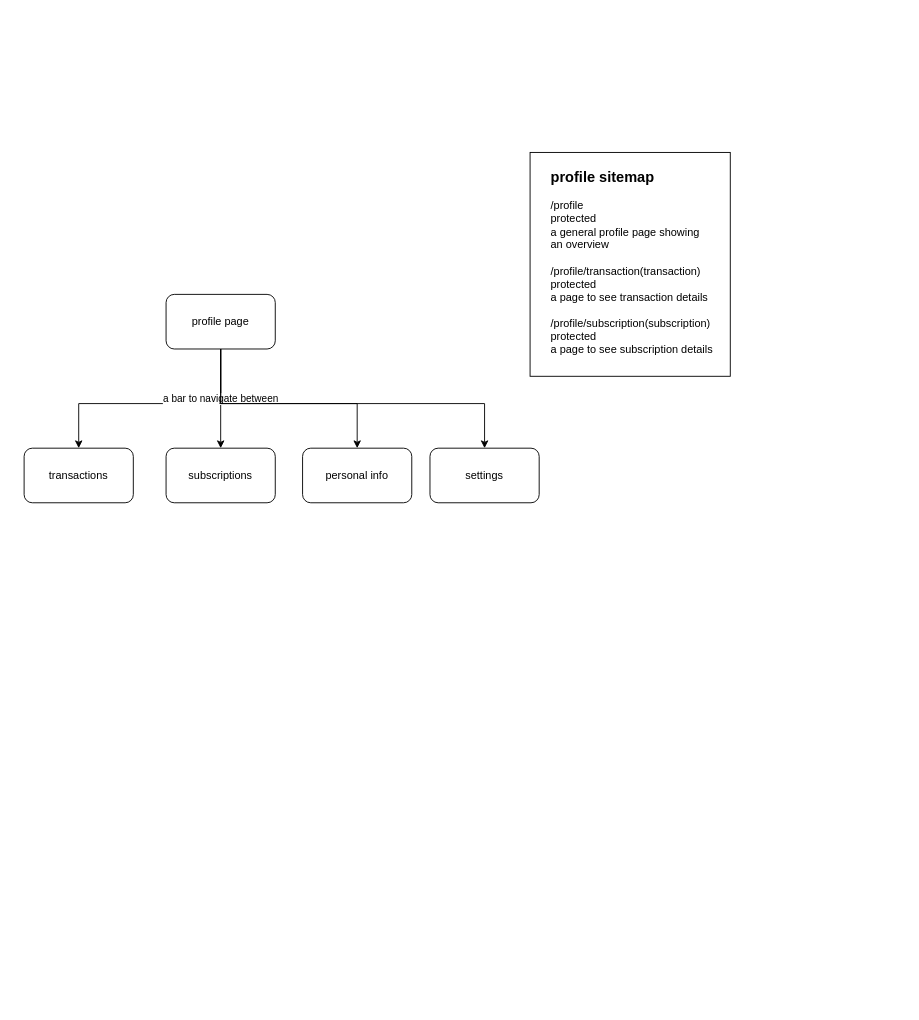
Earlier version of the draw.io diagram page "profile" (4 of 5) of pamylka - general.drawio (ahmed-elbehairy7/pamylka-system-design). Source tidied: cells renumbered, new cells numbered last; positions are measured from the earlier drawing's top-left corner, leaving out a move shared by most shapes. Both pictures are drawn from the tidied source at 91%, with x=0, y=0 at pixel (24, 152).
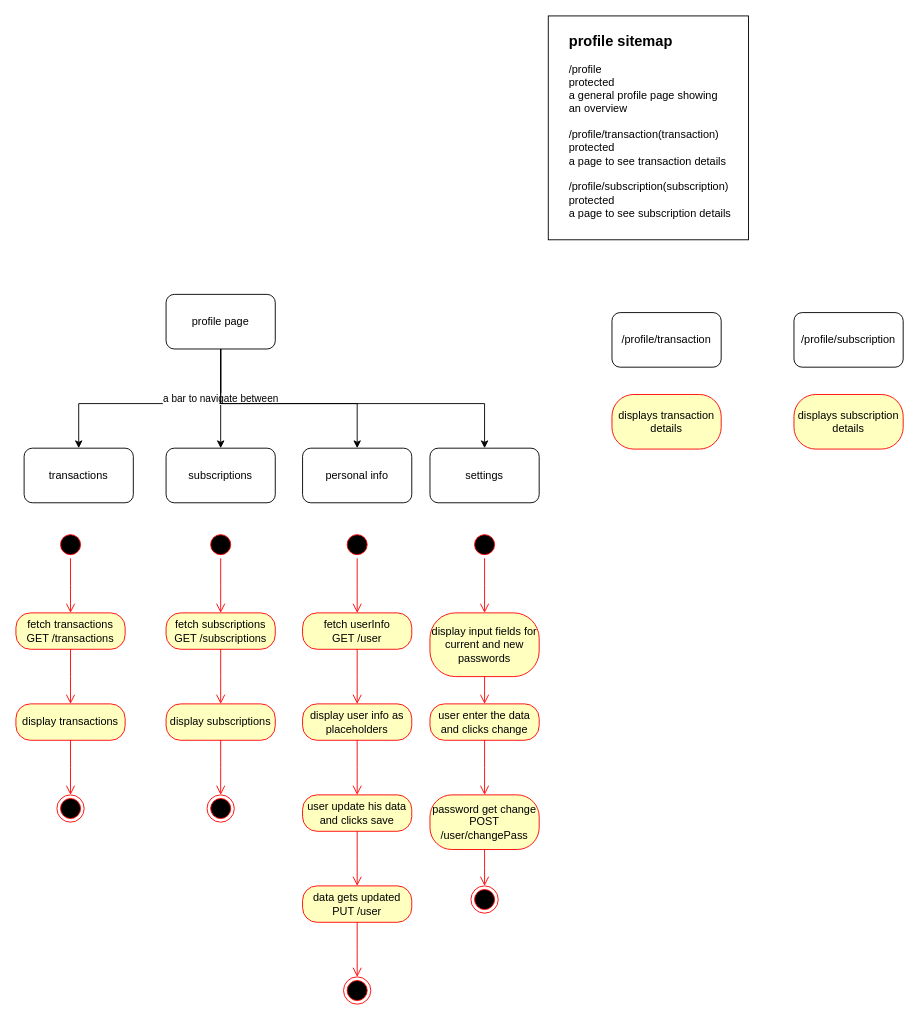
Above is the later version.

Commit message (it also covers changes not shown here):
done profile sitemap

Change to the diagram source:
```diff
@@
     <mxCell id="2" style="group;" parent="1" vertex="1">
-      <mxGeometry x="566" y="36" width="211" height="210" as="geometry" />
+      <mxGeometry x="586" y="-114" width="211" height="210" as="geometry" />
     </mxCell>
@@
+    <mxCell id="14" style="ellipse;html=1;shape=startState;fillColor=#000000;strokeColor=#ff0000;" parent="1" vertex="1">
+      <mxGeometry x="36" y="416" width="30" height="30" as="geometry" />
+    </mxCell>
+    <mxCell id="15" style="edgeStyle=orthogonalEdgeStyle;html=1;verticalAlign=bottom;endArrow=open;endSize=8;strokeColor=#ff0000;rounded=0;" parent="1" edge="1" source="14">
+      <mxGeometry relative="1" as="geometry">
+        <mxPoint x="51" y="506" as="targetPoint" />
+      </mxGeometry>
+    </mxCell>
+    <mxCell id="16" value="fetch transactions&lt;div&gt;GET /transactions&lt;/div&gt;" style="rounded=1;whiteSpace=wrap;html=1;arcSize=40;fontColor=#000000;fillColor=#ffffc0;strokeColor=#ff0000;" parent="1" vertex="1">
+      <mxGeometry x="-9" y="506" width="120" height="40" as="geometry" />
+    </mxCell>
+    <mxCell id="17" style="edgeStyle=orthogonalEdgeStyle;html=1;verticalAlign=bottom;endArrow=open;endSize=8;strokeColor=#ff0000;rounded=0;" parent="1" edge="1" source="16">
+      <mxGeometry relative="1" as="geometry">
+        <mxPoint x="51" y="606" as="targetPoint" />
+      </mxGeometry>
+    </mxCell>
+    <mxCell id="18" value="display transactions" style="rounded=1;whiteSpace=wrap;html=1;arcSize=40;fontColor=#000000;fillColor=#ffffc0;strokeColor=#ff0000;" parent="1" vertex="1">
+      <mxGeometry x="-9" y="606" width="120" height="40" as="geometry" />
+    </mxCell>
+    <mxCell id="19" style="edgeStyle=orthogonalEdgeStyle;html=1;verticalAlign=bottom;endArrow=open;endSize=8;strokeColor=#ff0000;rounded=0;" parent="1" edge="1" source="18">
+      <mxGeometry relative="1" as="geometry">
+        <mxPoint x="51" y="706" as="targetPoint" />
+      </mxGeometry>
+    </mxCell>
+    <mxCell id="20" style="ellipse;html=1;shape=endState;fillColor=#000000;strokeColor=#ff0000;" parent="1" vertex="1">
+      <mxGeometry x="36" y="706" width="30" height="30" as="geometry" />
+    </mxCell>
+    <mxCell id="21" style="ellipse;html=1;shape=startState;fillColor=#000000;strokeColor=#ff0000;" parent="1" vertex="1">
+      <mxGeometry x="201" y="416" width="30" height="30" as="geometry" />
+    </mxCell>
+    <mxCell id="22" style="edgeStyle=orthogonalEdgeStyle;html=1;verticalAlign=bottom;endArrow=open;endSize=8;strokeColor=#ff0000;rounded=0;" parent="1" edge="1" source="21">
+      <mxGeometry relative="1" as="geometry">
+        <mxPoint x="216" y="506" as="targetPoint" />
+      </mxGeometry>
+    </mxCell>
+    <mxCell id="23" value="fetch subscriptions&lt;div&gt;GET /subscriptions&lt;/div&gt;" style="rounded=1;whiteSpace=wrap;html=1;arcSize=40;fontColor=#000000;fillColor=#ffffc0;strokeColor=#ff0000;" parent="1" vertex="1">
+      <mxGeometry x="156" y="506" width="120" height="40" as="geometry" />
+    </mxCell>
+    <mxCell id="24" style="edgeStyle=orthogonalEdgeStyle;html=1;verticalAlign=bottom;endArrow=open;endSize=8;strokeColor=#ff0000;rounded=0;" parent="1" edge="1" source="23">
+      <mxGeometry relative="1" as="geometry">
+        <mxPoint x="216" y="606" as="targetPoint" />
+      </mxGeometry>
+    </mxCell>
+    <mxCell id="25" value="display subscriptions" style="rounded=1;whiteSpace=wrap;html=1;arcSize=40;fontColor=#000000;fillColor=#ffffc0;strokeColor=#ff0000;" parent="1" vertex="1">
+      <mxGeometry x="156" y="606" width="120" height="40" as="geometry" />
+    </mxCell>
+    <mxCell id="26" style="edgeStyle=orthogonalEdgeStyle;html=1;verticalAlign=bottom;endArrow=open;endSize=8;strokeColor=#ff0000;rounded=0;" parent="1" edge="1" source="25">
+      <mxGeometry relative="1" as="geometry">
+        <mxPoint x="216" y="706" as="targetPoint" />
+      </mxGeometry>
+    </mxCell>
+    <mxCell id="27" style="ellipse;html=1;shape=endState;fillColor=#000000;strokeColor=#ff0000;" parent="1" vertex="1">
+      <mxGeometry x="201" y="706" width="30" height="30" as="geometry" />
+    </mxCell>
+    <mxCell id="28" style="ellipse;html=1;shape=startState;fillColor=#000000;strokeColor=#ff0000;" parent="1" vertex="1">
+      <mxGeometry x="351" y="416" width="30" height="30" as="geometry" />
+    </mxCell>
+    <mxCell id="29" style="edgeStyle=orthogonalEdgeStyle;html=1;verticalAlign=bottom;endArrow=open;endSize=8;strokeColor=#ff0000;rounded=0;" parent="1" edge="1" source="28">
+      <mxGeometry relative="1" as="geometry">
+        <mxPoint x="366" y="506" as="targetPoint" />
+      </mxGeometry>
+    </mxCell>
+    <mxCell id="30" value="fetch userInfo&lt;div&gt;GET /user&lt;/div&gt;" style="rounded=1;whiteSpace=wrap;html=1;arcSize=40;fontColor=#000000;fillColor=#ffffc0;strokeColor=#ff0000;" parent="1" vertex="1">
+      <mxGeometry x="306" y="506" width="120" height="40" as="geometry" />
+    </mxCell>
+    <mxCell id="31" style="edgeStyle=orthogonalEdgeStyle;html=1;verticalAlign=bottom;endArrow=open;endSize=8;strokeColor=#ff0000;rounded=0;" parent="1" edge="1" source="30">
+      <mxGeometry relative="1" as="geometry">
+        <mxPoint x="366" y="606" as="targetPoint" />
+      </mxGeometry>
+    </mxCell>
+    <mxCell id="32" value="display user info as placeholders" style="rounded=1;whiteSpace=wrap;html=1;arcSize=40;fontColor=#000000;fillColor=#ffffc0;strokeColor=#ff0000;" parent="1" vertex="1">
+      <mxGeometry x="306" y="606" width="120" height="40" as="geometry" />
+    </mxCell>
+    <mxCell id="33" style="edgeStyle=orthogonalEdgeStyle;html=1;verticalAlign=bottom;endArrow=open;endSize=8;strokeColor=#ff0000;rounded=0;" parent="1" edge="1" source="32">
+      <mxGeometry relative="1" as="geometry">
+        <mxPoint x="366" y="706" as="targetPoint" />
+      </mxGeometry>
+    </mxCell>
+    <mxCell id="34" style="ellipse;html=1;shape=endState;fillColor=#000000;strokeColor=#ff0000;" parent="1" vertex="1">
+      <mxGeometry x="351" y="906" width="30" height="30" as="geometry" />
+    </mxCell>
+    <mxCell id="35" value="user update his data and clicks save" style="rounded=1;whiteSpace=wrap;html=1;arcSize=40;fontColor=#000000;fillColor=#ffffc0;strokeColor=#ff0000;" parent="1" vertex="1">
+      <mxGeometry x="306" y="706" width="120" height="40" as="geometry" />
+    </mxCell>
+    <mxCell id="36" style="edgeStyle=orthogonalEdgeStyle;html=1;verticalAlign=bottom;endArrow=open;endSize=8;strokeColor=#ff0000;rounded=0;" parent="1" edge="1" source="35">
+      <mxGeometry relative="1" as="geometry">
+        <mxPoint x="366" y="806" as="targetPoint" />
+      </mxGeometry>
+    </mxCell>
+    <mxCell id="37" value="data gets updated&lt;div&gt;PUT /user&lt;/div&gt;" style="rounded=1;whiteSpace=wrap;html=1;arcSize=40;fontColor=#000000;fillColor=#ffffc0;strokeColor=#ff0000;" parent="1" vertex="1">
+      <mxGeometry x="306" y="806" width="120" height="40" as="geometry" />
+    </mxCell>
+    <mxCell id="38" style="edgeStyle=orthogonalEdgeStyle;html=1;verticalAlign=bottom;endArrow=open;endSize=8;strokeColor=#ff0000;rounded=0;" parent="1" edge="1" source="37">
+      <mxGeometry relative="1" as="geometry">
+        <mxPoint x="366" y="906" as="targetPoint" />
+      </mxGeometry>
+    </mxCell>
+    <mxCell id="39" style="edgeStyle=orthogonalEdgeStyle;html=1;verticalAlign=bottom;endArrow=open;endSize=8;strokeColor=#ff0000;rounded=0;" parent="1" edge="1" source="47">
+      <mxGeometry relative="1" as="geometry">
+        <mxPoint x="506" y="506" as="targetPoint" />
+      </mxGeometry>
+    </mxCell>
+    <mxCell id="40" value="display input fields for current and new passwords" style="rounded=1;whiteSpace=wrap;html=1;arcSize=40;fontColor=#000000;fillColor=#ffffc0;strokeColor=#ff0000;" parent="1" vertex="1">
+      <mxGeometry x="446" y="506" width="120" height="70" as="geometry" />
+    </mxCell>
+    <mxCell id="41" style="edgeStyle=orthogonalEdgeStyle;html=1;verticalAlign=bottom;endArrow=open;endSize=8;strokeColor=#ff0000;rounded=0;" parent="1" edge="1" source="40">
+      <mxGeometry relative="1" as="geometry">
+        <mxPoint x="506" y="606" as="targetPoint" />
+      </mxGeometry>
+    </mxCell>
+    <mxCell id="42" value="user enter the data and clicks change" style="rounded=1;whiteSpace=wrap;html=1;arcSize=40;fontColor=#000000;fillColor=#ffffc0;strokeColor=#ff0000;" parent="1" vertex="1">
+      <mxGeometry x="446" y="606" width="120" height="40" as="geometry" />
+    </mxCell>
+    <mxCell id="43" style="edgeStyle=orthogonalEdgeStyle;html=1;verticalAlign=bottom;endArrow=open;endSize=8;strokeColor=#ff0000;rounded=0;" parent="1" edge="1" source="42">
+      <mxGeometry relative="1" as="geometry">
+        <mxPoint x="506" y="706" as="targetPoint" />
+      </mxGeometry>
+    </mxCell>
+    <mxCell id="44" style="ellipse;html=1;shape=endState;fillColor=#000000;strokeColor=#ff0000;" parent="1" vertex="1">
+      <mxGeometry x="491" y="806" width="30" height="30" as="geometry" />
+    </mxCell>
+    <mxCell id="45" value="password get change&lt;div&gt;POST /user/changePass&lt;/div&gt;" style="rounded=1;whiteSpace=wrap;html=1;arcSize=40;fontColor=#000000;fillColor=#ffffc0;strokeColor=#ff0000;" parent="1" vertex="1">
+      <mxGeometry x="446" y="706" width="120" height="60" as="geometry" />
+    </mxCell>
+    <mxCell id="46" style="edgeStyle=orthogonalEdgeStyle;html=1;verticalAlign=bottom;endArrow=open;endSize=8;strokeColor=#ff0000;rounded=0;" parent="1" edge="1" source="45">
+      <mxGeometry relative="1" as="geometry">
+        <mxPoint x="506" y="806" as="targetPoint" />
+      </mxGeometry>
+    </mxCell>
+    <mxCell id="47" style="ellipse;html=1;shape=startState;fillColor=#000000;strokeColor=#ff0000;" parent="1" vertex="1">
+      <mxGeometry x="491" y="416" width="30" height="30" as="geometry" />
+    </mxCell>
+    <mxCell id="48" value="/profile/transaction" style="rounded=1;whiteSpace=wrap;html=1;" parent="1" vertex="1">
+      <mxGeometry x="646" y="176" width="120" height="60" as="geometry" />
+    </mxCell>
+    <mxCell id="49" value="displays transaction details" style="rounded=1;whiteSpace=wrap;html=1;arcSize=40;fontColor=#000000;fillColor=#ffffc0;strokeColor=#ff0000;" parent="1" vertex="1">
+      <mxGeometry x="646" y="266" width="120" height="60" as="geometry" />
+    </mxCell>
+    <mxCell id="50" value="displays subscription details" style="rounded=1;whiteSpace=wrap;html=1;arcSize=40;fontColor=#000000;fillColor=#ffffc0;strokeColor=#ff0000;" parent="1" vertex="1">
+      <mxGeometry x="846" y="266" width="120" height="60" as="geometry" />
+    </mxCell>
+    <mxCell id="51" value="/profile/subscription" style="rounded=1;whiteSpace=wrap;html=1;" parent="1" vertex="1">
+      <mxGeometry x="846" y="176" width="120" height="60" as="geometry" />
+    </mxCell>
```
